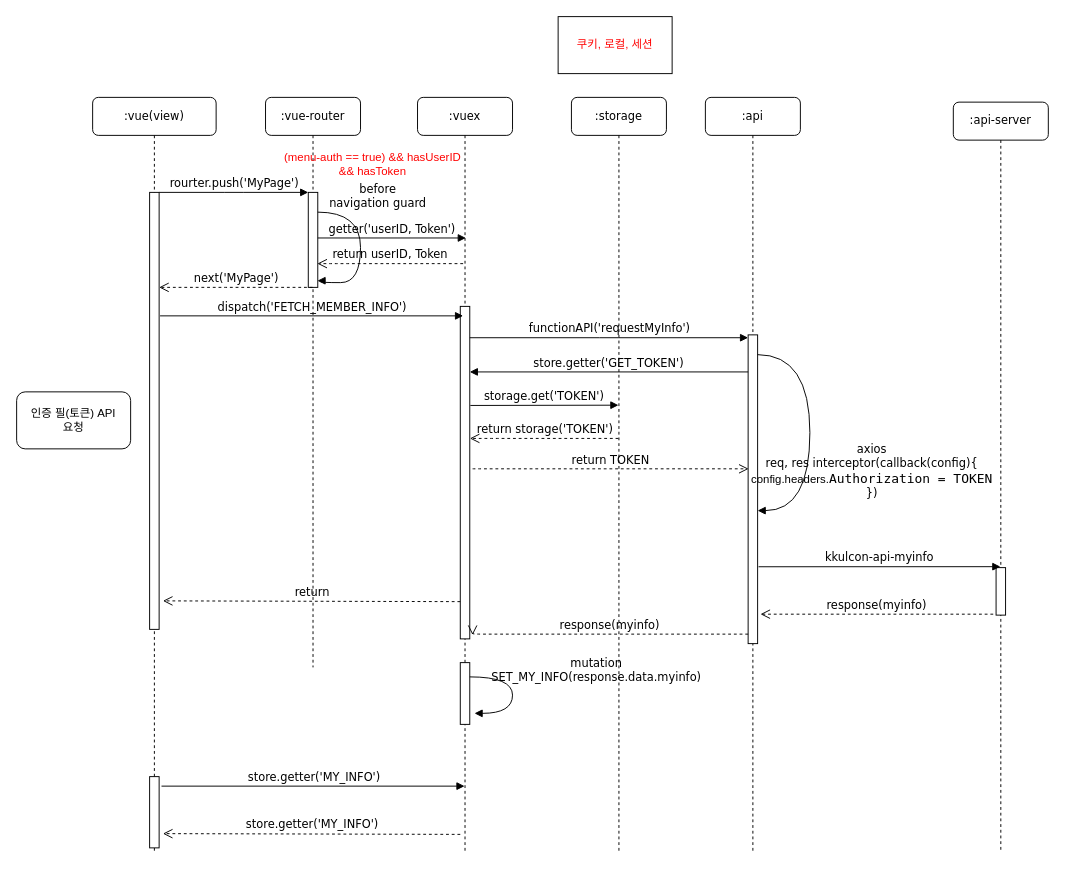
This is public/hasToken_nomalAPI.drawio from Develing1991/vuetiful-layout2, a draw.io file, before an edit. Source tidied: cells renumbered, new cells numbered last; positions are measured from the earlier drawing's top-left corner, leaving out a move shared by most shapes. Both pictures are drawn from the tidied source at 95%, with x=0, y=0 at pixel (16, 16).
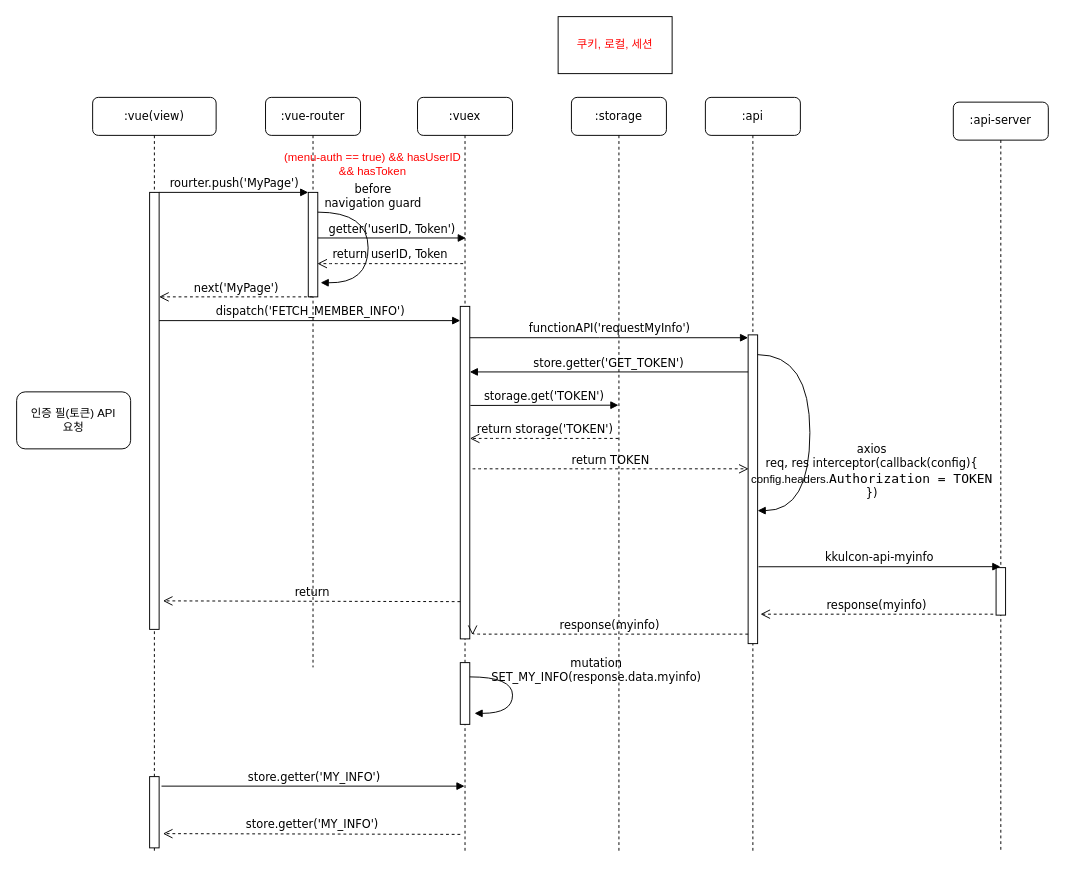
The same diagram, later.

The change refers to these unchanged cells:
```xml
<mxCell id="2" value=":vue-router" style="shape=umlLifeline;perimeter=lifelinePerimeter;whiteSpace=wrap;html=1;rounded=1;shadow=0;comic=0;labelBackgroundColor=none;strokeWidth=1;fontFamily=Verdana;fontSize=12;align=center;" parent="1" vertex="1">
  <mxGeometry x="262" y="85" width="100" height="600" as="geometry" />
</mxCell>
<mxCell id="7" style="html=1;points=[];perimeter=orthogonalPerimeter;rounded=0;shadow=0;comic=0;labelBackgroundColor=none;strokeWidth=1;fontFamily=Verdana;fontSize=12;align=center;" parent="6" vertex="1">
  <mxGeometry x="45" y="220" width="10" height="350" as="geometry" />
</mxCell>
<mxCell id="18" value=":vue(view)" style="shape=umlLifeline;perimeter=lifelinePerimeter;whiteSpace=wrap;html=1;rounded=1;shadow=0;comic=0;labelBackgroundColor=none;strokeWidth=1;fontFamily=Verdana;fontSize=12;align=center;" parent="1" vertex="1">
  <mxGeometry x="80" y="85" width="130" height="795" as="geometry" />
</mxCell>
```

Diff of the diagram source:
```diff
@@
     <mxCell id="3" style="html=1;points=[];perimeter=orthogonalPerimeter;rounded=0;shadow=0;comic=0;labelBackgroundColor=none;strokeWidth=1;fontFamily=Verdana;fontSize=12;align=center;" parent="2" vertex="1">
-      <mxGeometry x="45" y="100" width="10" height="100" as="geometry" />
+      <mxGeometry x="45" y="100" width="10" height="110" as="geometry" />
     </mxCell>
-    <mxCell id="4" value="before&lt;br&gt;navigation guard" style="html=1;verticalAlign=bottom;endArrow=block;labelBackgroundColor=none;fontFamily=Verdana;fontSize=12;elbow=vertical;edgeStyle=orthogonalEdgeStyle;curved=1;exitX=1.038;exitY=0.345;exitPerimeter=0;entryX=0.967;entryY=0.93;entryDx=0;entryDy=0;entryPerimeter=0;" parent="2" edge="1" target="3">
-      <mxGeometry x="-0.46" y="18" relative="1" as="geometry">
+    <mxCell id="4" value="before&lt;br&gt;navigation guard" style="html=1;verticalAlign=bottom;endArrow=block;labelBackgroundColor=none;fontFamily=Verdana;fontSize=12;elbow=vertical;edgeStyle=orthogonalEdgeStyle;curved=1;exitX=1.038;exitY=0.345;exitPerimeter=0;" parent="2" edge="1">
+      <mxGeometry x="-0.42" y="-6" relative="1" as="geometry">
         <mxPoint x="55" y="120.8" as="sourcePoint" />
+        <mxPoint x="58" y="195" as="targetPoint" />
         <Array as="points">
-          <mxPoint x="100" y="121" />
-          <mxPoint x="100" y="195" />
-          <mxPoint x="58" y="195" />
-          <mxPoint x="58" y="193" />
+          <mxPoint x="108" y="121" />
+          <mxPoint x="108" y="196" />
         </Array>
+        <mxPoint x="6" y="-6" as="offset" />
       </mxGeometry>
     </mxCell>
@@
     <mxCell id="20" value="next('MyPage')" style="html=1;verticalAlign=bottom;endArrow=open;dashed=1;endSize=8;labelBackgroundColor=none;fontFamily=Verdana;fontSize=12;edgeStyle=elbowEdgeStyle;elbow=vertical;" parent="18" edge="1">
       <mxGeometry relative="1" as="geometry">
-        <mxPoint x="231.5" y="200" as="sourcePoint" />
-        <mxPoint x="70" y="200" as="targetPoint" />
+        <mxPoint x="231.5" y="210" as="sourcePoint" />
+        <mxPoint x="70" y="210" as="targetPoint" />
         <Array as="points">
-          <mxPoint x="130" y="200" />
+          <mxPoint x="130" y="210" />
         </Array>
       </mxGeometry>
     </mxCell>
@@
-    <mxCell id="25" value="dispatch('FETCH_MEMBER_INFO')" style="html=1;verticalAlign=bottom;endArrow=block;labelBackgroundColor=none;fontFamily=Verdana;fontSize=12;edgeStyle=elbowEdgeStyle;elbow=vertical;entryX=0.3;entryY=0.031;entryDx=0;entryDy=0;entryPerimeter=0;" parent="1" edge="1" target="7">
+    <mxCell id="25" value="dispatch('FETCH_MEMBER_INFO')" style="html=1;verticalAlign=bottom;endArrow=block;labelBackgroundColor=none;fontFamily=Verdana;fontSize=12;edgeStyle=elbowEdgeStyle;elbow=vertical;entryX=0.3;entryY=0.031;entryDx=0;entryDy=0;entryPerimeter=0;" parent="1" edge="1">
       <mxGeometry relative="1" as="geometry">
-        <mxPoint x="151" y="315" as="sourcePoint" />
+        <mxPoint x="150" y="320" as="sourcePoint" />
+        <mxPoint x="467" y="320.9" as="targetPoint" />
         <Array as="points">
-          <mxPoint x="380" y="315" />
+          <mxPoint x="377" y="320" />
         </Array>
       </mxGeometry>
     </mxCell>
```
